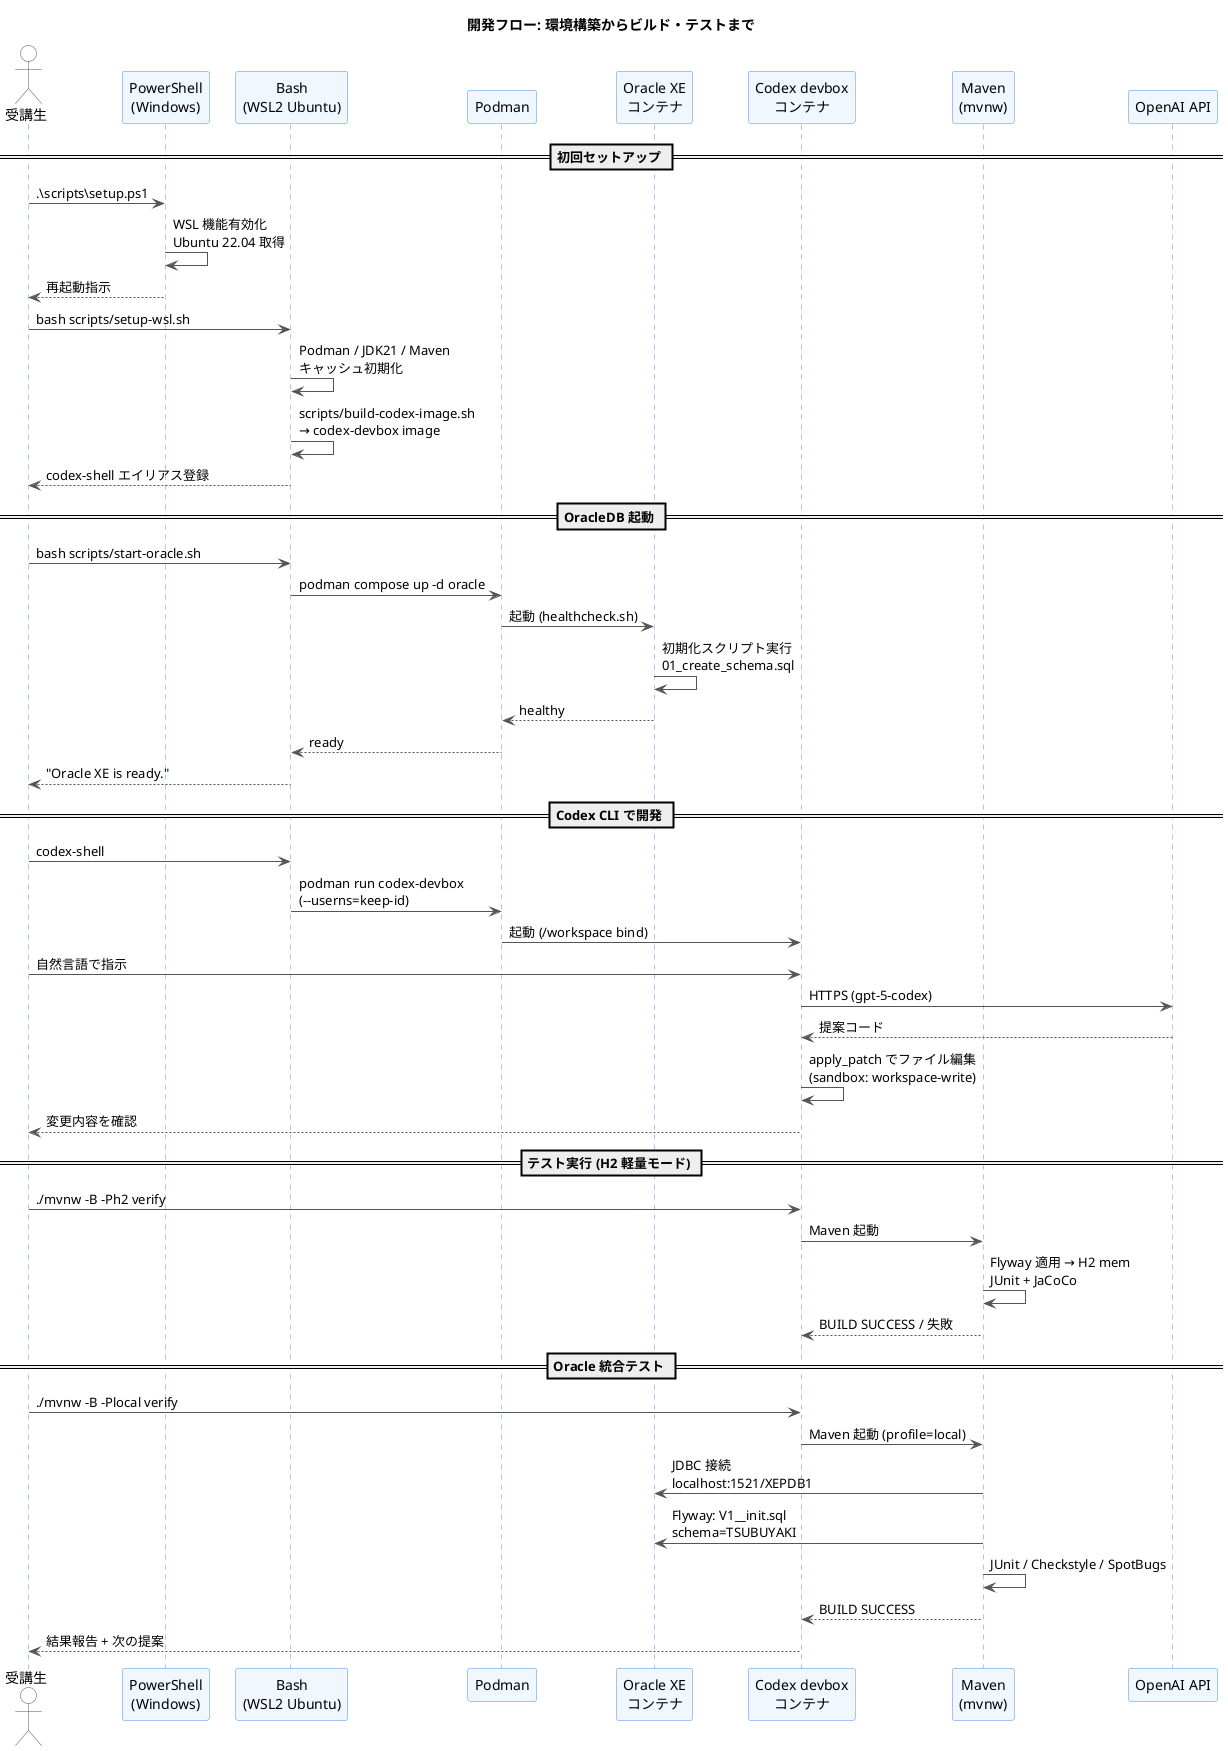
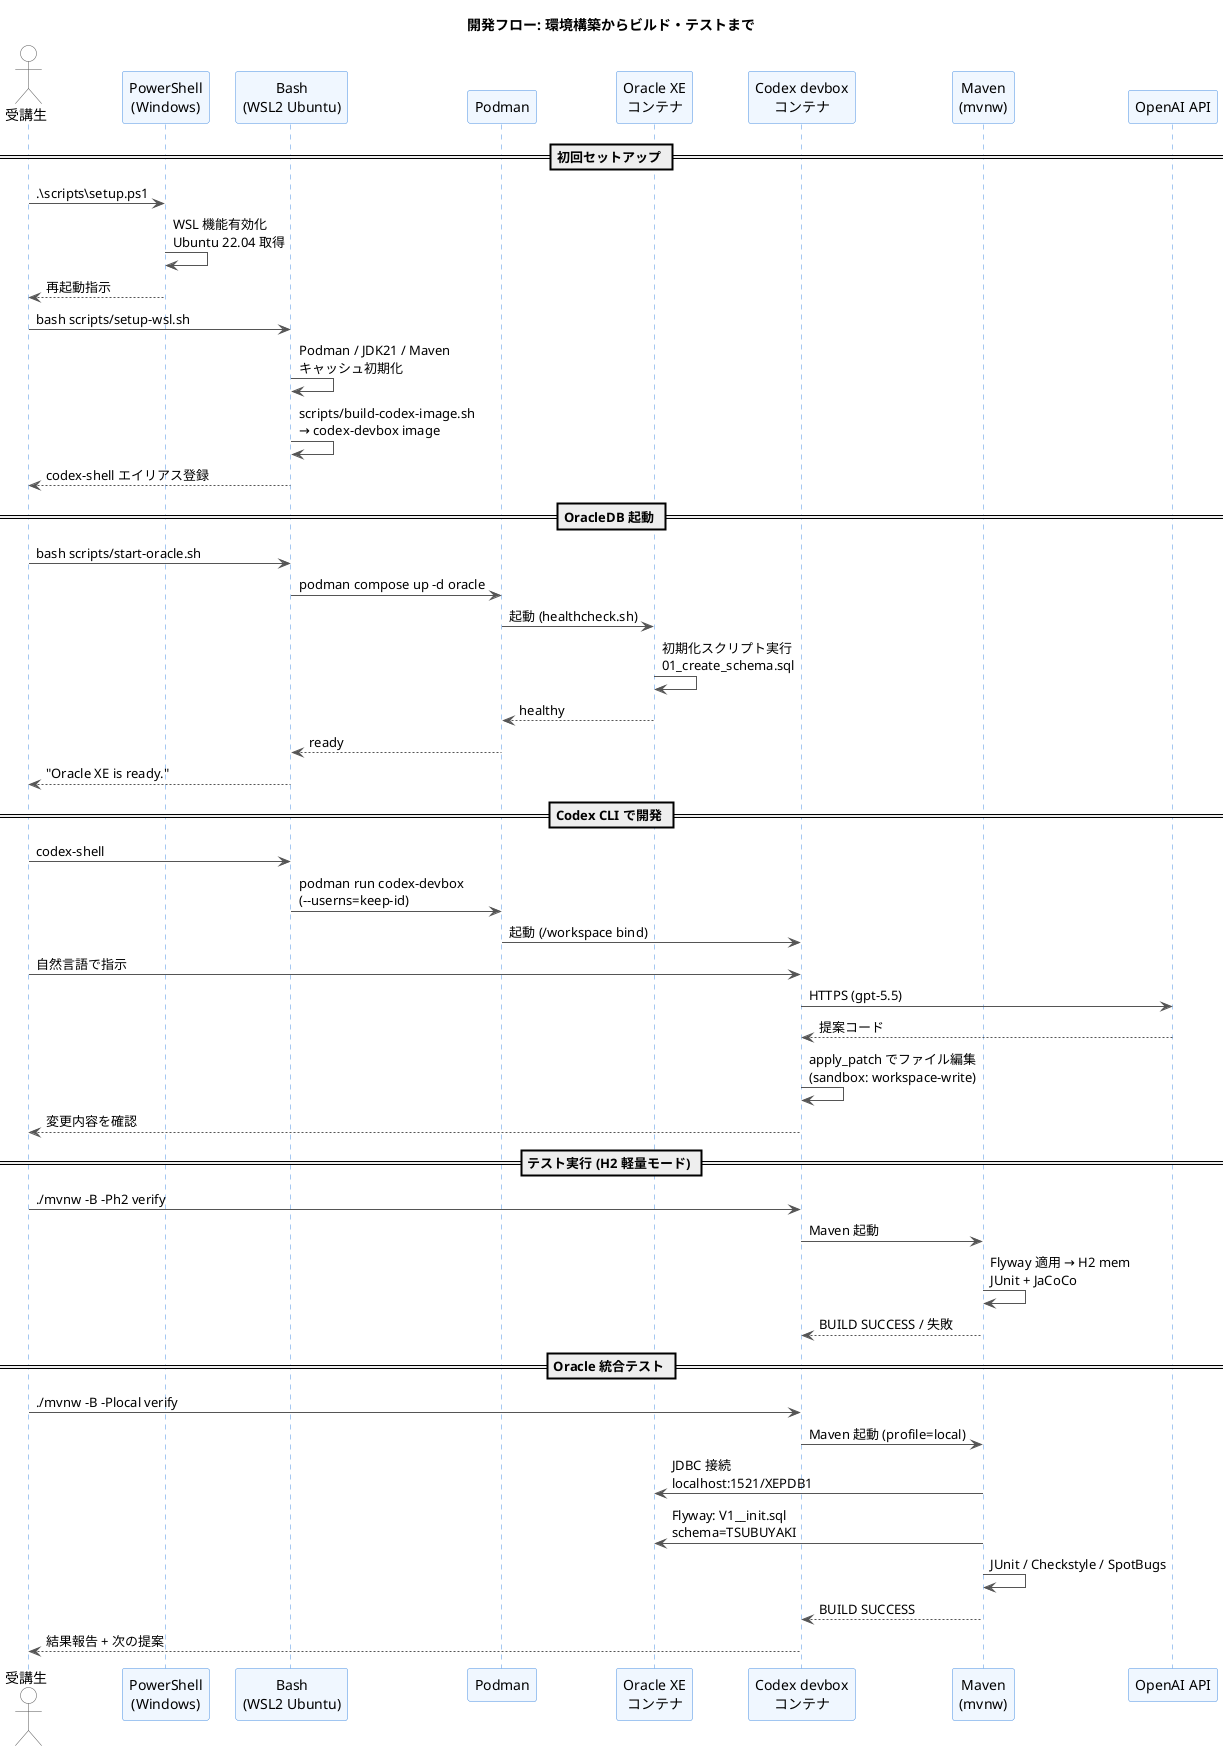
@startuml dev-flow
title 開発フロー: 環境構築からビルド・テストまで

skinparam shadowing false
skinparam defaultFontName "Yu Gothic UI"
skinparam sequence {
  ArrowColor #555555
  LifeLineBorderColor #4A90E2
  ParticipantBorderColor #4A90E2
  ParticipantBackgroundColor #F0F7FF
  ActorBorderColor #555555
  ActorBackgroundColor #FFFFFF
}

actor "受講生" as user
participant "PowerShell\n(Windows)" as ps
participant "Bash\n(WSL2 Ubuntu)" as bash
participant "Podman" as podman
participant "Oracle XE\nコンテナ" as oracle
participant "Codex devbox\nコンテナ" as codex
participant "Maven\n(mvnw)" as mvn
participant "OpenAI API" as openai

== 初回セットアップ ==
user -> ps : .\\scripts\\setup.ps1
ps -> ps : WSL 機能有効化\nUbuntu 22.04 取得
ps --> user : 再起動指示
user -> bash : bash scripts/setup-wsl.sh
bash -> bash : Podman / JDK21 / Maven\nキャッシュ初期化
bash -> bash : scripts/build-codex-image.sh\n→ codex-devbox image
bash --> user : codex-shell エイリアス登録

== OracleDB 起動 ==
user -> bash : bash scripts/start-oracle.sh
bash -> podman : podman compose up -d oracle
podman -> oracle : 起動 (healthcheck.sh)
oracle -> oracle : 初期化スクリプト実行\n01_create_schema.sql
oracle --> podman : healthy
podman --> bash : ready
bash --> user : "Oracle XE is ready."

== Codex CLI で開発 ==
user -> bash : codex-shell
bash -> podman : podman run codex-devbox\n(--userns=keep-id)
podman -> codex : 起動 (/workspace bind)
user -> codex : 自然言語で指示
- codex -> openai : HTTPS (gpt-5-codex)
+ codex -> openai : HTTPS (gpt-5.5)
openai --> codex : 提案コード
codex -> codex : apply_patch でファイル編集\n(sandbox: workspace-write)
codex --> user : 変更内容を確認

== テスト実行 (H2 軽量モード) ==
user -> codex : ./mvnw -B -Ph2 verify
codex -> mvn : Maven 起動
mvn -> mvn : Flyway 適用 → H2 mem\nJUnit + JaCoCo
mvn --> codex : BUILD SUCCESS / 失敗

== Oracle 統合テスト ==
user -> codex : ./mvnw -B -Plocal verify
codex -> mvn : Maven 起動 (profile=local)
mvn -> oracle : JDBC 接続\nlocalhost:1521/XEPDB1
mvn -> oracle : Flyway: V1__init.sql\nschema=TSUBUYAKI
mvn -> mvn : JUnit / Checkstyle / SpotBugs
mvn --> codex : BUILD SUCCESS
codex --> user : 結果報告 + 次の提案

@enduml
